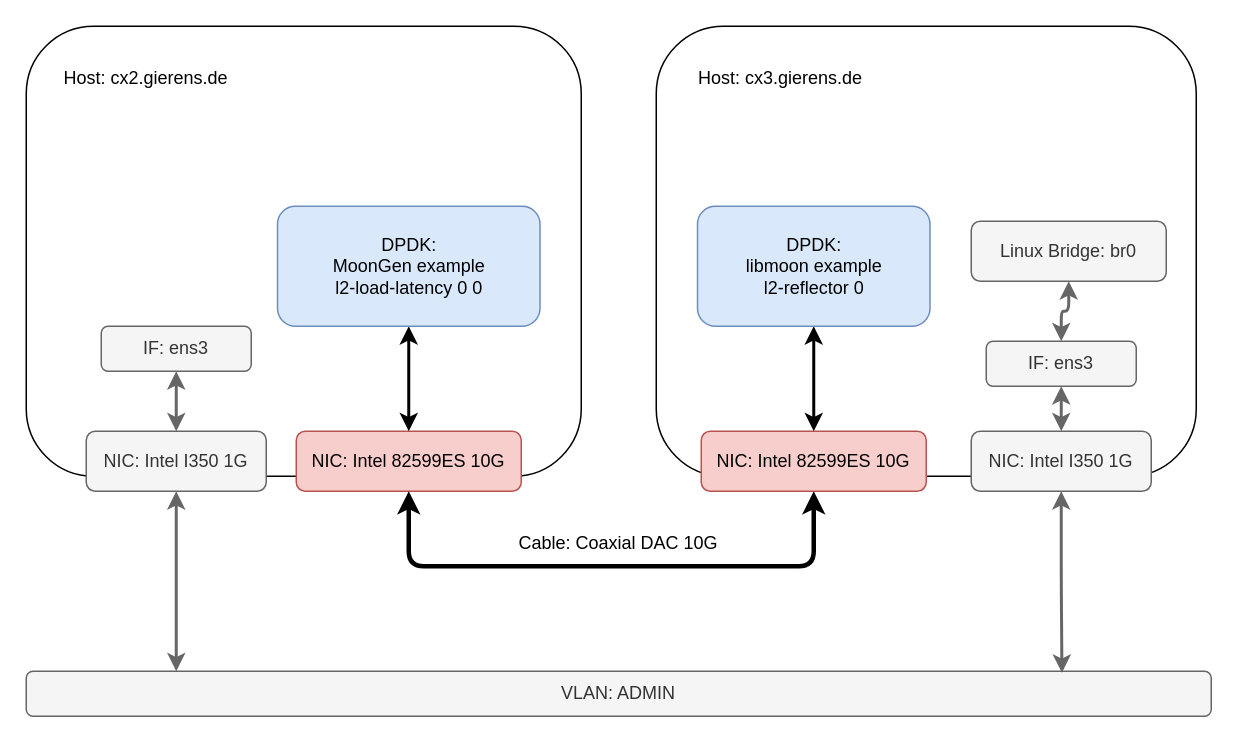
This is page "Physical NIC" (1 of 3) of testsystem.drawio from vmuxIO/diagrams, a draw.io file, before an edit. Source tidied: cells renumbered, new cells numbered last; positions are measured from the earlier drawing's top-left corner, leaving out a move shared by most shapes. Both pictures are drawn from the tidied source at 150%, with x=0, y=0 at pixel (26, 26).
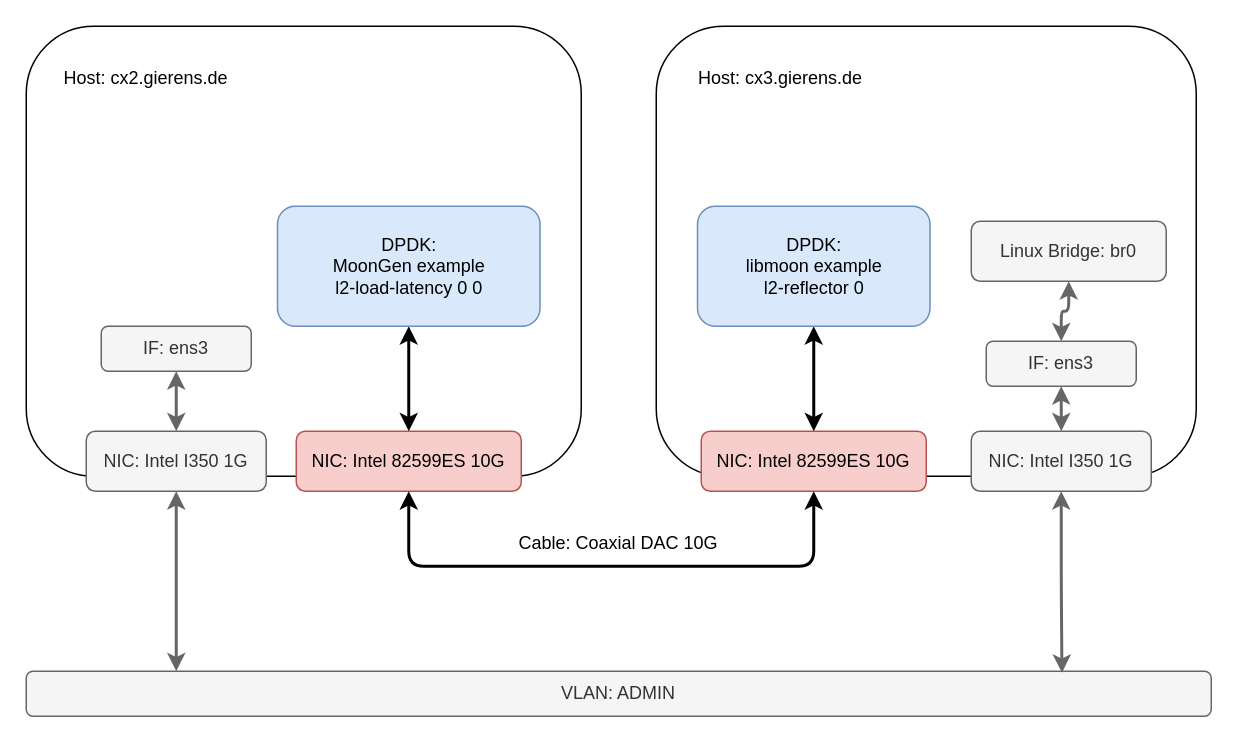
After the change.

Unchanged cells that the change refers to:
```xml
<mxCell id="2" style="group;" parent="1" vertex="1">
  <mxGeometry width="790" height="460" as="geometry" />
</mxCell>
<mxCell id="12" value="NIC: Intel 82599ES 10G" style="rounded=1;whiteSpace=wrap;html=1;fillColor=#f8cecc;strokeColor=#b85450;" parent="2" vertex="1">
  <mxGeometry x="180" y="270" width="150" height="40" as="geometry" />
</mxCell>
<mxCell id="13" value="NIC: Intel 82599ES 10G" style="rounded=1;whiteSpace=wrap;html=1;fillColor=#f8cecc;strokeColor=#b85450;" parent="2" vertex="1">
  <mxGeometry x="450" y="270" width="150" height="40" as="geometry" />
</mxCell>
```

The edit, as a diff of the source:
```diff
@@
-    <mxCell id="14" style="edgeStyle=orthogonalEdgeStyle;rounded=1;jettySize=auto;html=1;exitX=0.5;exitY=1;exitDx=0;exitDy=0;startArrow=classic;startFill=1;strokeWidth=3;entryX=0.5;entryY=1;entryDx=0;entryDy=0;" parent="2" edge="1" source="12" target="13">
+    <mxCell id="14" style="edgeStyle=orthogonalEdgeStyle;rounded=1;jettySize=auto;html=1;exitX=0.5;exitY=1;exitDx=0;exitDy=0;startArrow=classic;startFill=1;strokeWidth=2;entryX=0.5;entryY=1;entryDx=0;entryDy=0;" parent="2" edge="1" source="12" target="13">
       <mxGeometry relative="1" as="geometry">
         <Array as="points">
           <mxPoint x="255" y="360" />
           <mxPoint x="525" y="360" />
         </Array>
       </mxGeometry>
     </mxCell>
```
